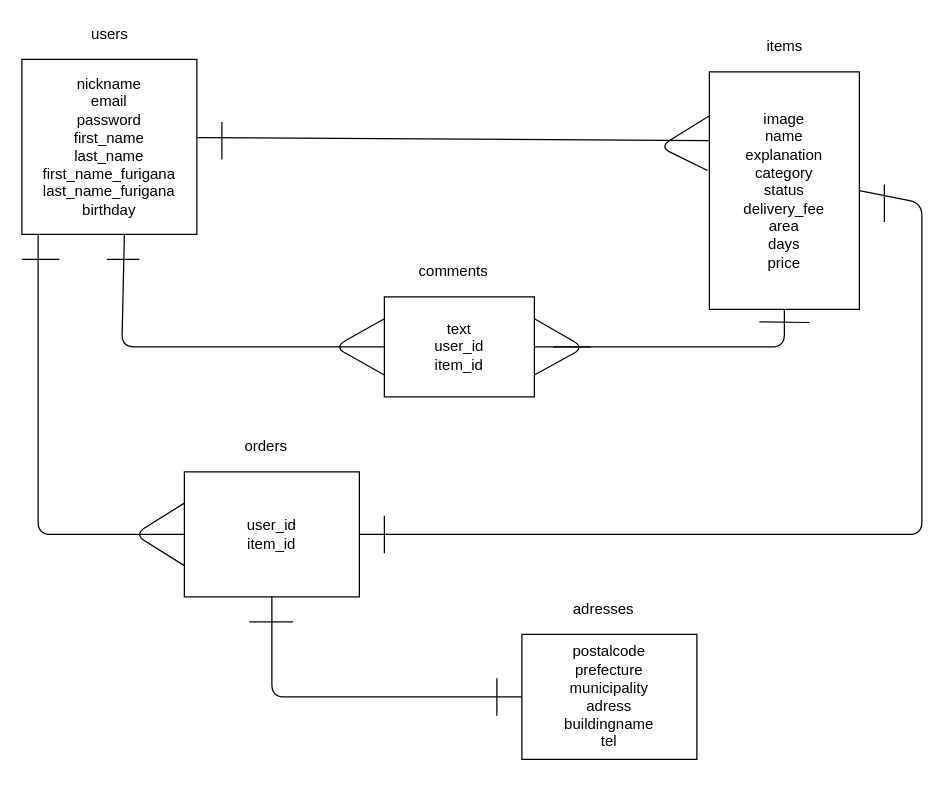
Earlier version of the draw.io diagram ER.dio (mitoo0403/furima--28160-). Source tidied: cells renumbered, new cells numbered last; positions are measured from the earlier drawing's top-left corner, leaving out a move shared by most shapes. Both pictures are drawn from the tidied source at 125%, with x=0, y=0 at pixel (21, 21).
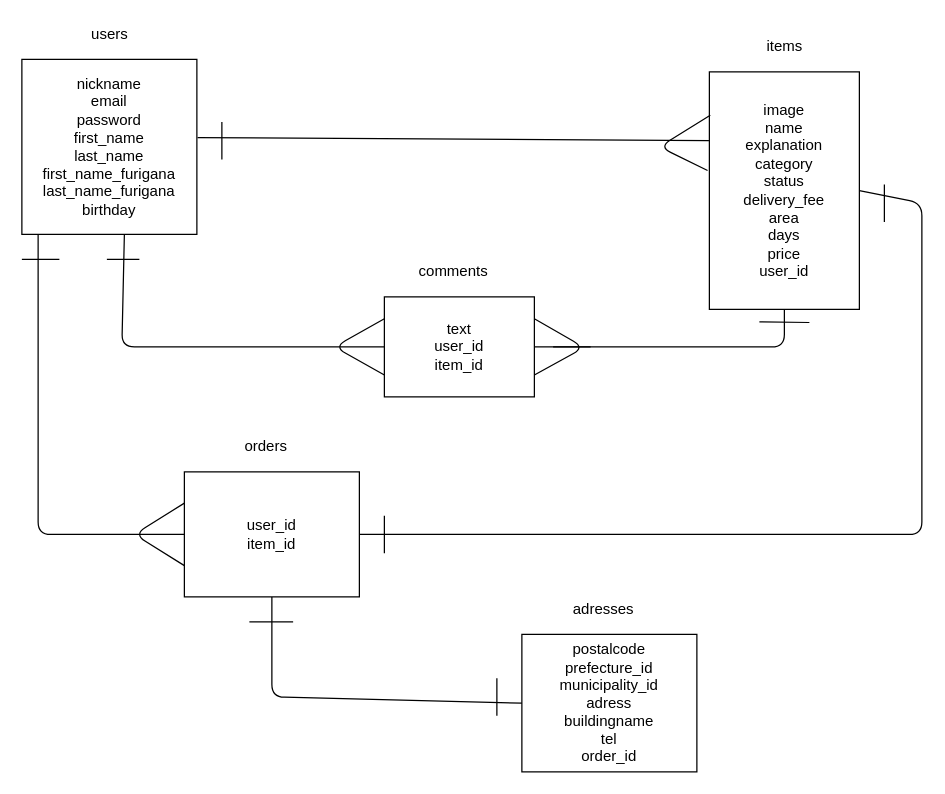
After the change.

Commit message:
DB設計のER図とreadme作成(LGMT後のER図更新)

What changed in the source:
```diff
@@
-    <mxCell id="5" value="image&lt;br&gt;name&lt;br&gt;explanation&lt;br&gt;category&lt;br&gt;status&lt;br&gt;delivery_fee&lt;br&gt;area&lt;br&gt;days&lt;br&gt;price" style="rounded=0;whiteSpace=wrap;html=1;" parent="1" vertex="1">
+    <mxCell id="5" value="image&lt;br&gt;name&lt;br&gt;explanation&lt;br&gt;category&lt;br&gt;status&lt;br&gt;delivery_fee&lt;br&gt;area&lt;br&gt;days&lt;br&gt;price&lt;br&gt;user_id" style="rounded=0;whiteSpace=wrap;html=1;" parent="1" vertex="1">
       <mxGeometry x="550" y="40" width="120" height="190" as="geometry" />
     </mxCell>
@@
-    <mxCell id="22" value="&lt;div&gt;&lt;span&gt;postalcode&lt;/span&gt;&lt;/div&gt;prefecture&lt;br&gt;municipality&lt;br&gt;adress&lt;br&gt;buildingname&lt;br&gt;tel" style="rounded=0;whiteSpace=wrap;html=1;align=center;" parent="1" vertex="1">
-      <mxGeometry x="400" y="490" width="140" height="100" as="geometry" />
+    <mxCell id="22" value="&lt;div&gt;&lt;span&gt;postalcode&lt;/span&gt;&lt;/div&gt;prefecture_id&lt;br&gt;municipality_id&lt;br&gt;adress&lt;br&gt;buildingname&lt;br&gt;tel&lt;br&gt;order_id" style="rounded=0;whiteSpace=wrap;html=1;align=center;" parent="1" vertex="1">
+      <mxGeometry x="400" y="490" width="140" height="110" as="geometry" />
     </mxCell>
```
